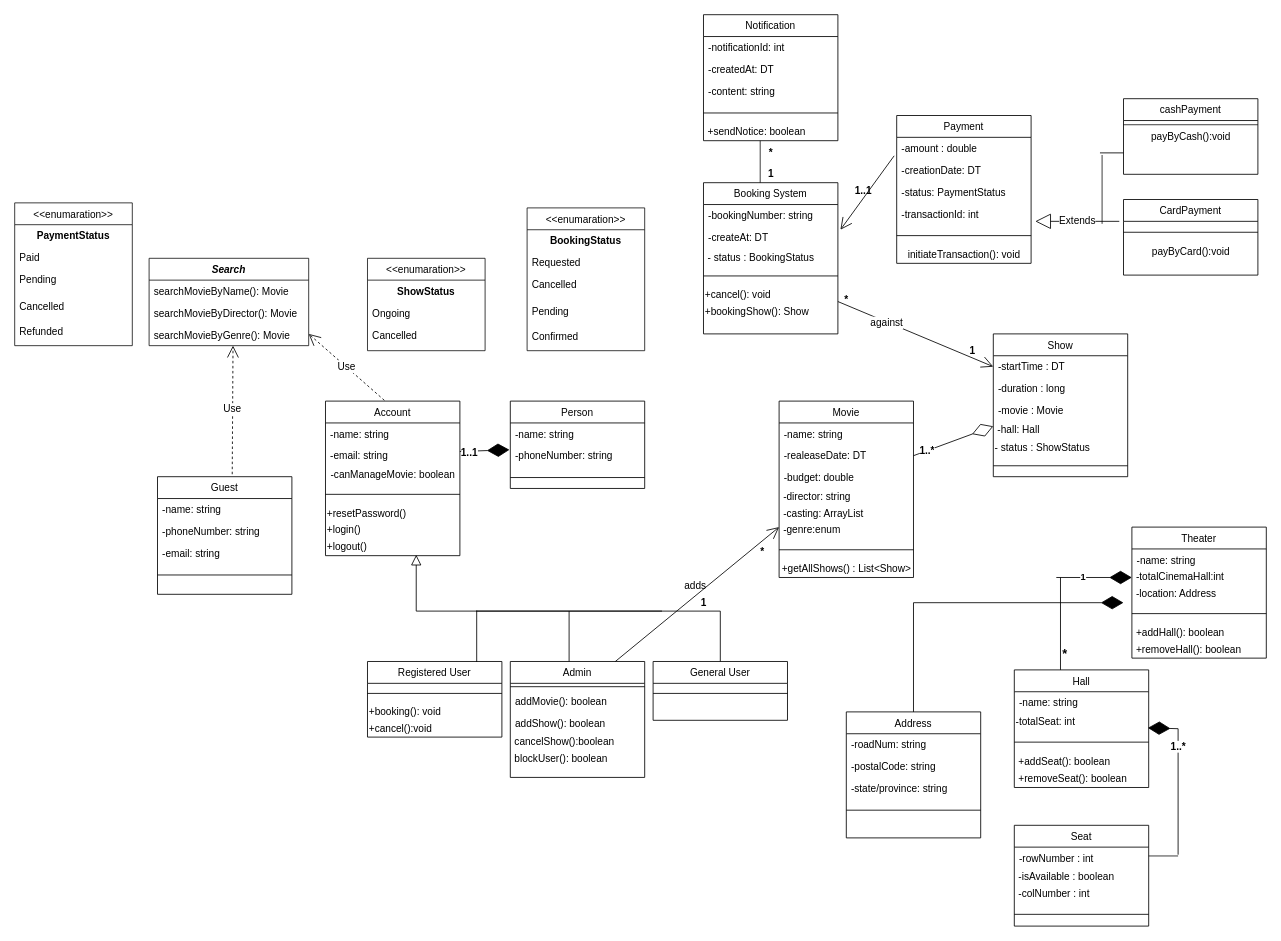
Earlier version of the draw.io diagram page "Movie Ticket Booking" (1 of 5) of Movie Ticket Booking.drawio (Moytri/Uml-Diagram). Source tidied: cells renumbered, new cells numbered last; positions are measured from the earlier drawing's top-left corner, leaving out a move shared by most shapes. Both pictures are drawn from the tidied source at 84%, with x=0, y=0 at pixel (14, 14).
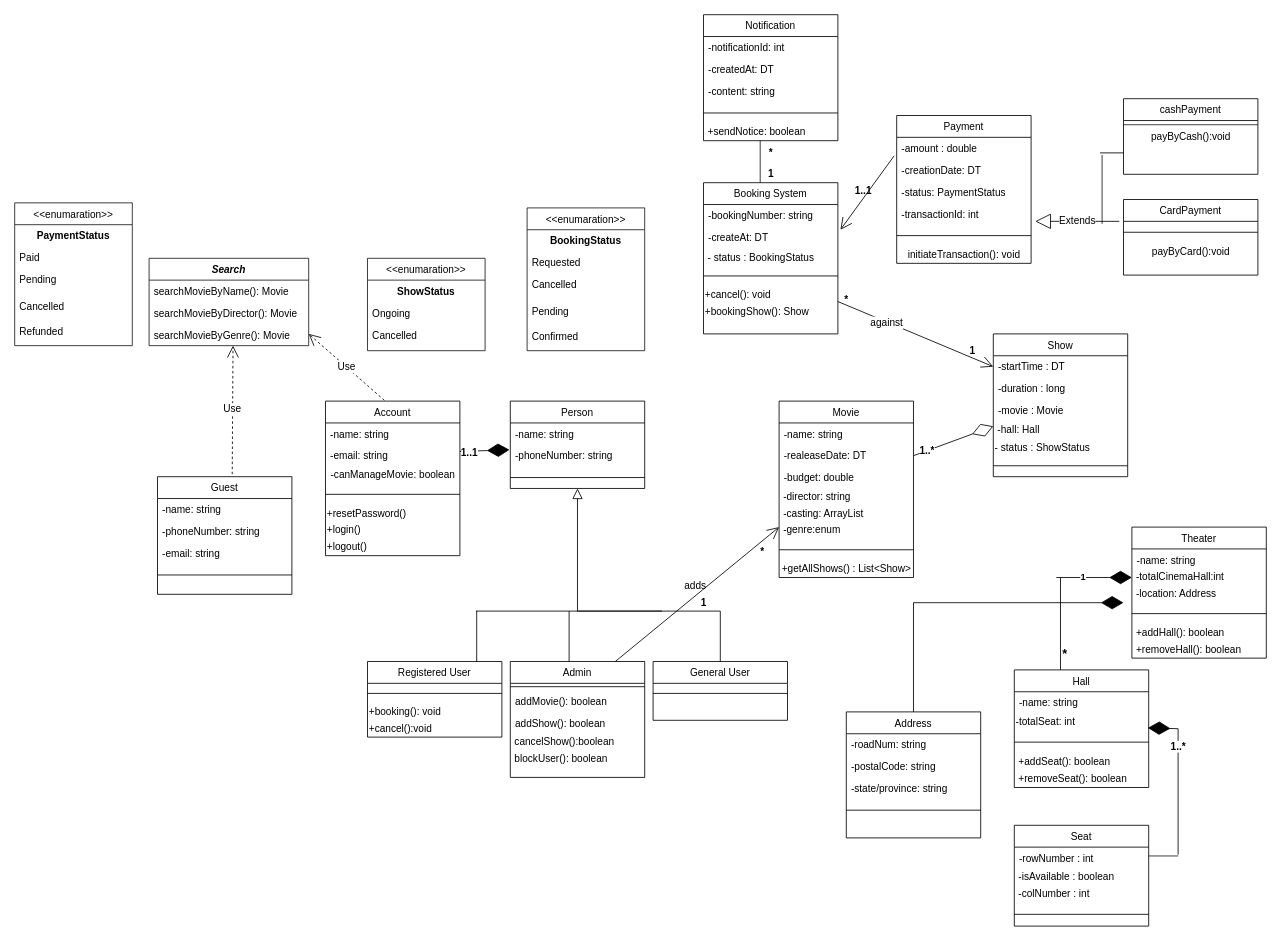
After the change.

The change refers to these unchanged cells:
```xml
<mxCell id="2" value="Person" style="swimlane;fontStyle=0;align=center;verticalAlign=top;horizontal=1;startSize=26;rounded=0;shadow=0;strokeWidth=1;" parent="1" vertex="1">
  <mxGeometry x="590" y="460" width="160" height="104" as="geometry" />
</mxCell>
<mxCell id="14" value="General User" style="swimlane;fontStyle=0;align=center;verticalAlign=top;horizontal=1;startSize=26;rounded=0;shadow=0;strokeWidth=1;" parent="1" vertex="1">
  <mxGeometry x="760" y="770" width="160" height="70" as="geometry" />
</mxCell>
<mxCell id="85" value="+logout()" style="text;html=1;align=left;verticalAlign=middle;points=[];strokeColor=none;fillColor=none;fontSize=12;" parent="78" vertex="1">
  <mxGeometry y="164" width="160" height="20" as="geometry" />
</mxCell>
```

What changed in the source:
```diff
@@
-    <mxCell id="16" style="endArrow=block;endSize=10;endFill=0;shadow=0;strokeWidth=1;rounded=0;edgeStyle=elbowEdgeStyle;elbow=vertical;entryX=0.675;entryY=0.95;entryDx=0;entryDy=0;entryPerimeter=0;" parent="1" edge="1" source="14" target="85">
+    <mxCell id="16" style="endArrow=block;endSize=10;endFill=0;shadow=0;strokeWidth=1;rounded=0;edgeStyle=elbowEdgeStyle;elbow=vertical;entryX=0.5;entryY=1;entryDx=0;entryDy=0;" parent="1" edge="1" source="14" target="2">
       <mxGeometry relative="1" as="geometry">
         <Array as="points">
           <mxPoint x="670" y="710" />
           <mxPoint x="670" y="680" />
         </Array>
       </mxGeometry>
     </mxCell>
```
